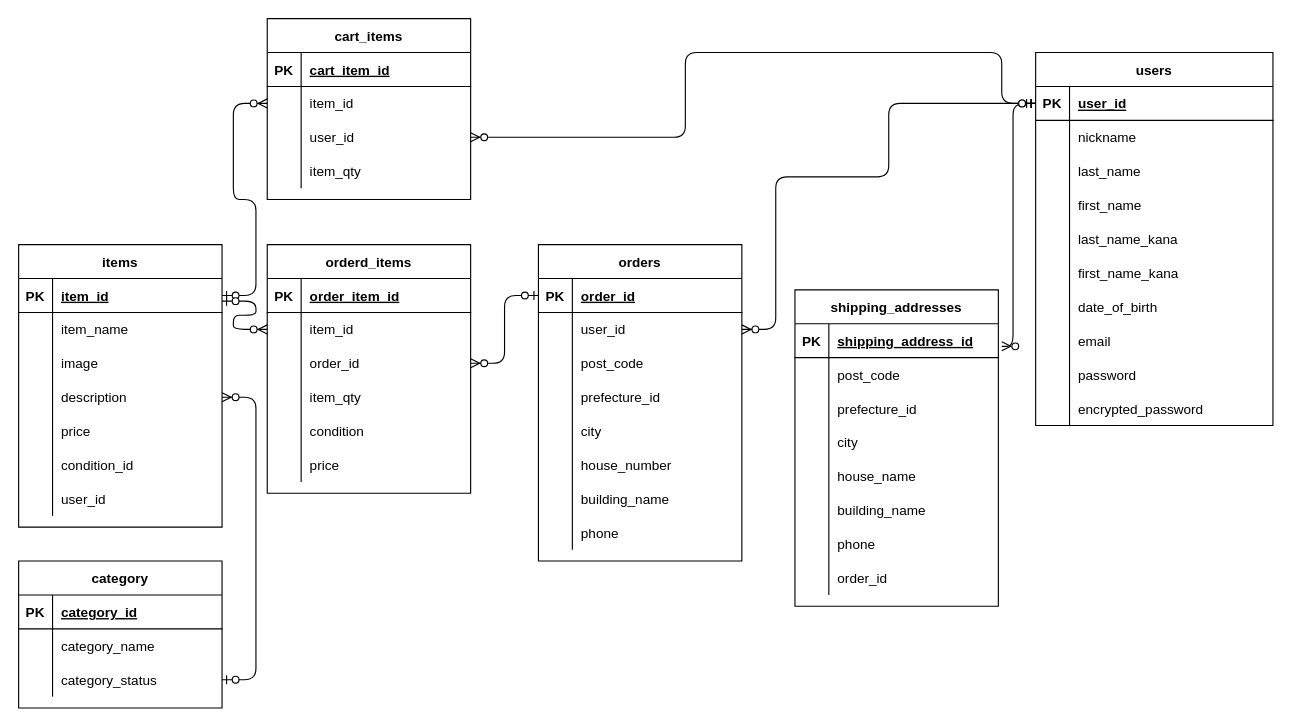
This is ER.dio from fuosa/smartglutton, a draw.io file, before an edit. Source tidied: cells renumbered, new cells numbered last; positions are measured from the earlier drawing's top-left corner, leaving out a move shared by most shapes. Both pictures are drawn from the tidied source at 113%, with x=0, y=0 at pixel (18, 18).
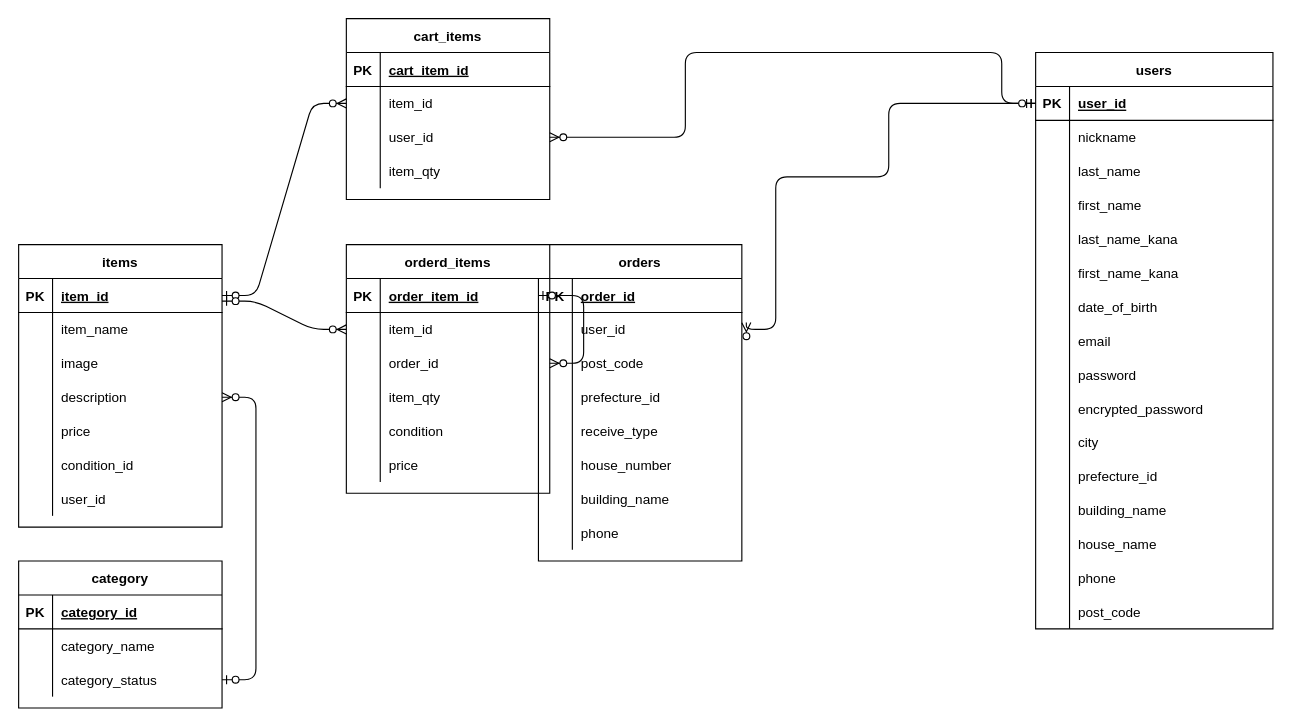
After the change.

The change refers to these unchanged cells:
```xml
<mxCell id="3" style="shape=partialRectangle;fillColor=none;top=0;left=0;bottom=1;right=0;points=[[0,0.5],[1,0.5]];portConstraint=eastwest;" parent="2" vertex="1">
  <mxGeometry y="30" width="210" height="30" as="geometry" />
</mxCell>
<mxCell id="33" value="orders" style="shape=table;startSize=30;childLayout=tableLayout;rowLines=0;fontStyle=1;align=center;" parent="1" vertex="1">
  <mxGeometry x="460" y="200" width="180" height="280" as="geometry" />
</mxCell>
<mxCell id="37" style="shape=partialRectangle;fillColor=none;top=0;left=0;bottom=0;right=0;points=[[0,0.5],[1,0.5]];portConstraint=eastwest;" parent="33" vertex="1">
  <mxGeometry y="60" width="180" height="30" as="geometry" />
</mxCell>
```

Diff of the diagram source:
```diff
@@
     <mxCell id="2" value="users" style="shape=table;startSize=30;childLayout=tableLayout;rowLines=0;fontStyle=1;align=center;" parent="1" vertex="1">
-      <mxGeometry x="900" y="30" width="210" height="330" as="geometry" />
+      <mxGeometry x="900" y="30" width="210" height="510" as="geometry" />
     </mxCell>
@@
+    <mxCell id="154" style="shape=partialRectangle;fillColor=none;top=0;left=0;bottom=0;right=0;" parent="2" vertex="1">
+      <mxGeometry y="330" width="210" height="30" as="geometry" />
+    </mxCell>
+    <mxCell id="155" style="shape=partialRectangle;fillColor=none;top=0;left=0;bottom=0;right=0;overflow=hidden;" parent="154" vertex="1">
+      <mxGeometry width="30" height="30" as="geometry" />
+    </mxCell>
+    <mxCell id="156" value="city" style="shape=partialRectangle;fillColor=none;top=0;left=0;bottom=0;right=0;align=left;spacingLeft=6;overflow=hidden;" parent="154" vertex="1">
+      <mxGeometry x="30" width="180" height="30" as="geometry" />
+    </mxCell>
+    <mxCell id="157" style="shape=partialRectangle;fillColor=none;top=0;left=0;bottom=0;right=0;" parent="2" vertex="1">
+      <mxGeometry y="360" width="210" height="30" as="geometry" />
+    </mxCell>
+    <mxCell id="158" style="shape=partialRectangle;fillColor=none;top=0;left=0;bottom=0;right=0;overflow=hidden;" parent="157" vertex="1">
+      <mxGeometry width="30" height="30" as="geometry" />
+    </mxCell>
+    <mxCell id="121" value="prefecture_id" style="shape=partialRectangle;fillColor=none;top=0;left=0;bottom=0;right=0;align=left;spacingLeft=6;overflow=hidden;" parent="157" vertex="1">
+      <mxGeometry x="30" width="180" height="30" as="geometry" />
+    </mxCell>
+    <mxCell id="159" style="shape=partialRectangle;fillColor=none;top=0;left=0;bottom=0;right=0;" parent="2" vertex="1">
+      <mxGeometry y="390" width="210" height="30" as="geometry" />
+    </mxCell>
+    <mxCell id="160" style="shape=partialRectangle;fillColor=none;top=0;left=0;bottom=0;right=0;overflow=hidden;" parent="159" vertex="1">
+      <mxGeometry width="30" height="30" as="geometry" />
+    </mxCell>
+    <mxCell id="130" value="building_name" style="shape=partialRectangle;fillColor=none;top=0;left=0;bottom=0;right=0;align=left;spacingLeft=6;overflow=hidden;" parent="159" vertex="1">
+      <mxGeometry x="30" width="180" height="30" as="geometry" />
+    </mxCell>
+    <mxCell id="161" style="shape=partialRectangle;fillColor=none;top=0;left=0;bottom=0;right=0;" parent="2" vertex="1">
+      <mxGeometry y="420" width="210" height="30" as="geometry" />
+    </mxCell>
+    <mxCell id="162" style="shape=partialRectangle;fillColor=none;top=0;left=0;bottom=0;right=0;overflow=hidden;" parent="161" vertex="1">
+      <mxGeometry width="30" height="30" as="geometry" />
+    </mxCell>
+    <mxCell id="127" value="house_name" style="shape=partialRectangle;fillColor=none;top=0;left=0;bottom=0;right=0;align=left;spacingLeft=6;overflow=hidden;" parent="161" vertex="1">
+      <mxGeometry x="30" width="180" height="30" as="geometry" />
+    </mxCell>
+    <mxCell id="163" style="shape=partialRectangle;fillColor=none;top=0;left=0;bottom=0;right=0;" parent="2" vertex="1">
+      <mxGeometry y="450" width="210" height="30" as="geometry" />
+    </mxCell>
+    <mxCell id="164" style="shape=partialRectangle;fillColor=none;top=0;left=0;bottom=0;right=0;overflow=hidden;" parent="163" vertex="1">
+      <mxGeometry width="30" height="30" as="geometry" />
+    </mxCell>
+    <mxCell id="133" value="phone" style="shape=partialRectangle;fillColor=none;top=0;left=0;bottom=0;right=0;align=left;spacingLeft=6;overflow=hidden;" parent="163" vertex="1">
+      <mxGeometry x="30" width="180" height="30" as="geometry" />
+    </mxCell>
+    <mxCell id="165" style="shape=partialRectangle;fillColor=none;top=0;left=0;bottom=0;right=0;" parent="2" vertex="1">
+      <mxGeometry y="480" width="210" height="30" as="geometry" />
+    </mxCell>
+    <mxCell id="166" style="shape=partialRectangle;fillColor=none;top=0;left=0;bottom=0;right=0;overflow=hidden;" parent="165" vertex="1">
+      <mxGeometry width="30" height="30" as="geometry" />
+    </mxCell>
+    <mxCell id="118" value="post_code" style="shape=partialRectangle;fillColor=none;top=0;left=0;bottom=0;right=0;align=left;spacingLeft=6;overflow=hidden;" parent="165" vertex="1">
+      <mxGeometry x="30" width="180" height="30" as="geometry" />
+    </mxCell>
@@
-    <mxCell id="46" style="shape=partialRectangle;fillColor=none;top=0;left=0;bottom=0;right=0;" parent="33" vertex="1">
-      <mxGeometry y="150" width="180" height="30" as="geometry" />
-    </mxCell>
-    <mxCell id="47" style="shape=partialRectangle;fillColor=none;top=0;left=0;bottom=0;right=0;overflow=hidden;" parent="46" vertex="1">
-      <mxGeometry width="30" height="30" as="geometry" />
-    </mxCell>
-    <mxCell id="48" value="city" style="shape=partialRectangle;fillColor=none;top=0;left=0;bottom=0;right=0;align=left;spacingLeft=6;overflow=hidden;" parent="46" vertex="1">
-      <mxGeometry x="30" width="150" height="30" as="geometry" />
-    </mxCell>
+    <mxCell id="167" style="shape=partialRectangle;fillColor=none;top=0;left=0;bottom=0;right=0;" parent="33" vertex="1">
+      <mxGeometry y="150" width="180" height="30" as="geometry" />
+    </mxCell>
+    <mxCell id="168" style="shape=partialRectangle;fillColor=none;top=0;left=0;bottom=0;right=0;overflow=hidden;" parent="167" vertex="1">
+      <mxGeometry width="30" height="30" as="geometry" />
+    </mxCell>
+    <mxCell id="169" value="receive_type" style="shape=partialRectangle;fillColor=none;top=0;left=0;bottom=0;right=0;align=left;spacingLeft=6;overflow=hidden;" parent="167" vertex="1">
+      <mxGeometry x="30" width="150" height="30" as="geometry" />
+    </mxCell>
@@
     <mxCell id="80" value="cart_items" style="shape=table;startSize=30;childLayout=tableLayout;rowLines=0;fontStyle=1;align=center;" parent="1" vertex="1">
-      <mxGeometry x="220" width="180" height="160" as="geometry" />
+      <mxGeometry x="290" width="180" height="160" as="geometry" />
     </mxCell>
@@
     <mxCell id="93" value="orderd_items" style="shape=table;startSize=30;childLayout=tableLayout;rowLines=0;fontStyle=1;align=center;" parent="1" vertex="1">
-      <mxGeometry x="220" y="200" width="180" height="220" as="geometry" />
+      <mxGeometry x="290" y="200" width="180" height="220" as="geometry" />
     </mxCell>
@@
-    <mxCell id="112" value="shipping_addresses" style="shape=table;startSize=30;childLayout=tableLayout;rowLines=0;fontStyle=1;align=center;" parent="1" vertex="1">
-      <mxGeometry x="687" y="240" width="180" height="280" as="geometry" />
-    </mxCell>
-    <mxCell id="113" style="shape=partialRectangle;fillColor=none;top=0;left=0;bottom=1;right=0;" parent="112" vertex="1">
-      <mxGeometry y="30" width="180" height="30" as="geometry" />
-    </mxCell>
-    <mxCell id="114" value="PK" style="shape=partialRectangle;fillColor=none;top=0;left=0;bottom=0;right=0;fontStyle=1;overflow=hidden;" parent="113" vertex="1">
-      <mxGeometry width="30" height="30" as="geometry" />
-    </mxCell>
-    <mxCell id="115" value="shipping_address_id" style="shape=partialRectangle;fillColor=none;top=0;left=0;bottom=0;right=0;align=left;spacingLeft=6;fontStyle=5;overflow=hidden;" parent="113" vertex="1">
-      <mxGeometry x="30" width="150" height="30" as="geometry" />
-    </mxCell>
-    <mxCell id="116" style="shape=partialRectangle;fillColor=none;top=0;left=0;bottom=0;right=0;" parent="112" vertex="1">
-      <mxGeometry y="60" width="180" height="30" as="geometry" />
-    </mxCell>
-    <mxCell id="117" style="shape=partialRectangle;fillColor=none;top=0;left=0;bottom=0;right=0;overflow=hidden;" parent="116" vertex="1">
-      <mxGeometry width="30" height="30" as="geometry" />
-    </mxCell>
-    <mxCell id="118" value="post_code" style="shape=partialRectangle;fillColor=none;top=0;left=0;bottom=0;right=0;align=left;spacingLeft=6;overflow=hidden;" parent="116" vertex="1">
-      <mxGeometry x="30" width="150" height="30" as="geometry" />
-    </mxCell>
-    <mxCell id="119" style="shape=partialRectangle;fillColor=none;top=0;left=0;bottom=0;right=0;" parent="112" vertex="1">
-      <mxGeometry y="90" width="180" height="30" as="geometry" />
-    </mxCell>
-    <mxCell id="120" style="shape=partialRectangle;fillColor=none;top=0;left=0;bottom=0;right=0;overflow=hidden;" parent="119" vertex="1">
-      <mxGeometry width="30" height="30" as="geometry" />
-    </mxCell>
-    <mxCell id="121" value="prefecture_id" style="shape=partialRectangle;fillColor=none;top=0;left=0;bottom=0;right=0;align=left;spacingLeft=6;overflow=hidden;" parent="119" vertex="1">
-      <mxGeometry x="30" width="150" height="30" as="geometry" />
-    </mxCell>
-    <mxCell id="122" style="shape=partialRectangle;fillColor=none;top=0;left=0;bottom=0;right=0;" parent="112" vertex="1">
-      <mxGeometry y="120" width="180" height="30" as="geometry" />
-    </mxCell>
-    <mxCell id="123" style="shape=partialRectangle;fillColor=none;top=0;left=0;bottom=0;right=0;overflow=hidden;" parent="122" vertex="1">
-      <mxGeometry width="30" height="30" as="geometry" />
-    </mxCell>
-    <mxCell id="124" value="city" style="shape=partialRectangle;fillColor=none;top=0;left=0;bottom=0;right=0;align=left;spacingLeft=6;overflow=hidden;" parent="122" vertex="1">
-      <mxGeometry x="30" width="150" height="30" as="geometry" />
-    </mxCell>
-    <mxCell id="125" style="shape=partialRectangle;fillColor=none;top=0;left=0;bottom=0;right=0;" parent="112" vertex="1">
-      <mxGeometry y="150" width="180" height="30" as="geometry" />
-    </mxCell>
-    <mxCell id="126" style="shape=partialRectangle;fillColor=none;top=0;left=0;bottom=0;right=0;overflow=hidden;" parent="125" vertex="1">
-      <mxGeometry width="30" height="30" as="geometry" />
-    </mxCell>
-    <mxCell id="127" value="house_name" style="shape=partialRectangle;fillColor=none;top=0;left=0;bottom=0;right=0;align=left;spacingLeft=6;overflow=hidden;" parent="125" vertex="1">
-      <mxGeometry x="30" width="150" height="30" as="geometry" />
-    </mxCell>
-    <mxCell id="128" style="shape=partialRectangle;fillColor=none;top=0;left=0;bottom=0;right=0;" parent="112" vertex="1">
-      <mxGeometry y="180" width="180" height="30" as="geometry" />
-    </mxCell>
-    <mxCell id="129" style="shape=partialRectangle;fillColor=none;top=0;left=0;bottom=0;right=0;overflow=hidden;" parent="128" vertex="1">
-      <mxGeometry width="30" height="30" as="geometry" />
-    </mxCell>
-    <mxCell id="130" value="building_name" style="shape=partialRectangle;fillColor=none;top=0;left=0;bottom=0;right=0;align=left;spacingLeft=6;overflow=hidden;" parent="128" vertex="1">
-      <mxGeometry x="30" width="150" height="30" as="geometry" />
-    </mxCell>
-    <mxCell id="131" style="shape=partialRectangle;fillColor=none;top=0;left=0;bottom=0;right=0;" parent="112" vertex="1">
-      <mxGeometry y="210" width="180" height="30" as="geometry" />
-    </mxCell>
-    <mxCell id="132" style="shape=partialRectangle;fillColor=none;top=0;left=0;bottom=0;right=0;overflow=hidden;" parent="131" vertex="1">
-      <mxGeometry width="30" height="30" as="geometry" />
-    </mxCell>
-    <mxCell id="133" value="phone" style="shape=partialRectangle;fillColor=none;top=0;left=0;bottom=0;right=0;align=left;spacingLeft=6;overflow=hidden;" parent="131" vertex="1">
-      <mxGeometry x="30" width="150" height="30" as="geometry" />
-    </mxCell>
-    <mxCell id="134" style="shape=partialRectangle;fillColor=none;top=0;left=0;bottom=0;right=0;" parent="112" vertex="1">
-      <mxGeometry y="240" width="180" height="30" as="geometry" />
-    </mxCell>
-    <mxCell id="135" style="shape=partialRectangle;fillColor=none;top=0;left=0;bottom=0;right=0;overflow=hidden;" parent="134" vertex="1">
-      <mxGeometry width="30" height="30" as="geometry" />
-    </mxCell>
-    <mxCell id="136" value="order_id" style="shape=partialRectangle;fillColor=none;top=0;left=0;bottom=0;right=0;align=left;spacingLeft=6;overflow=hidden;" parent="134" vertex="1">
-      <mxGeometry x="30" width="150" height="30" as="geometry" />
-    </mxCell>
@@
-    <mxCell id="148" style="edgeStyle=orthogonalEdgeStyle;fontSize=12;html=1;endArrow=ERzeroToMany;startArrow=ERzeroToOne;entryX=1;entryY=0.5;entryDx=0;entryDy=0;exitX=0;exitY=0.5;exitDx=0;exitDy=0;" parent="1" edge="1" source="3" target="37">
+    <mxCell id="148" style="edgeStyle=orthogonalEdgeStyle;fontSize=12;html=1;endArrow=ERzeroToMany;startArrow=ERzeroToOne;entryX=1.022;entryY=0.3;entryDx=0;entryDy=0;exitX=0;exitY=0.5;exitDx=0;exitDy=0;entryPerimeter=0;" parent="1" edge="1" source="3" target="37">
       <mxGeometry relative="1" as="geometry">
         <Array as="points">
           <mxPoint x="770" y="75" />
           <mxPoint x="770" y="140" />
           <mxPoint x="670" y="140" />
           <mxPoint x="670" y="275" />
         </Array>
       </mxGeometry>
     </mxCell>
@@
-    <mxCell id="153" style="edgeStyle=orthogonalEdgeStyle;fontSize=12;html=1;endArrow=ERzeroToMany;startArrow=ERzeroToOne;exitX=0;exitY=0.5;exitDx=0;exitDy=0;" parent="1" edge="1" source="3">
-      <mxGeometry relative="1" as="geometry">
-        <mxPoint x="870" y="290" as="targetPoint" />
-        <Array as="points">
-          <mxPoint x="880" y="75" />
-          <mxPoint x="880" y="290" />
-        </Array>
-      </mxGeometry>
-    </mxCell>
```
